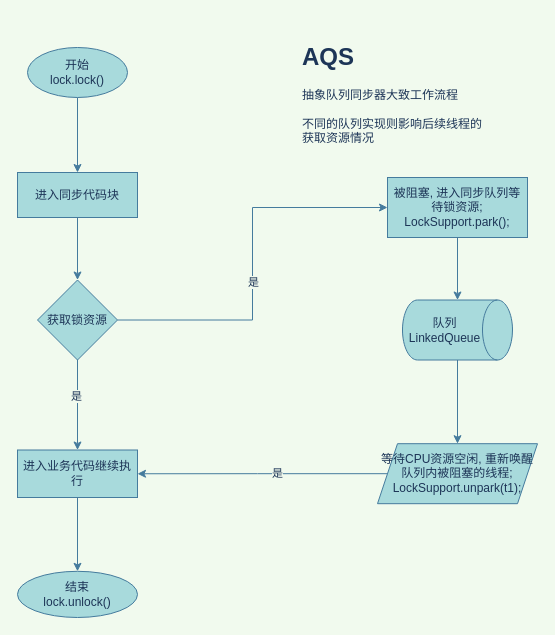
Earlier version of the draw.io diagram space1/AQS抽象队列同步器.drawio (naccoit/drawio). Source tidied: cells renumbered, new cells numbered last; positions are measured from the earlier drawing's top-left corner, leaving out a move shared by most shapes. Both pictures are drawn from the tidied source at 100%, with x=0, y=0 at pixel (17, 37).
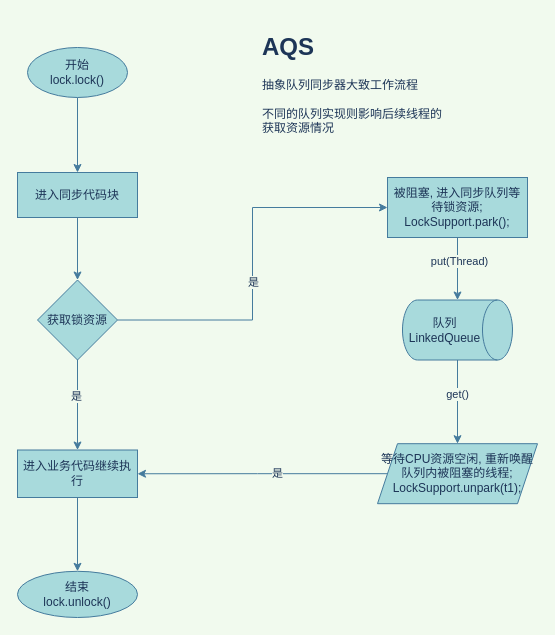
The same diagram, later.

Commit message:
更新AQS抽象队列同步器.drawio

The change refers to these unchanged cells:
```xml
<mxCell id="13" style="edgeStyle=orthogonalEdgeStyle;rounded=0;jettySize=auto;html=1;strokeColor=#457B9D;fontColor=#1D3557;startArrow=none;labelBackgroundColor=#F1FAEE;" parent="1" edge="1" source="21" target="19">
  <mxGeometry relative="1" as="geometry" />
</mxCell>
<mxCell id="14" style="edgeStyle=orthogonalEdgeStyle;rounded=0;sketch=0;jettySize=auto;html=1;exitX=0.5;exitY=1;exitDx=0;exitDy=0;fontColor=#1D3557;strokeColor=#457B9D;fillColor=#A8DADC;labelBackgroundColor=#F1FAEE;" parent="1" edge="1" source="15" target="21">
  <mxGeometry relative="1" as="geometry" />
</mxCell>
```

Change to the diagram source:
```diff
@@
+    <mxCell id="22" value="get()" style="edgeLabel;html=1;align=center;verticalAlign=middle;fontColor=#1D3557;labelBackgroundColor=#F1FAEE;" parent="13" vertex="1">
+      <mxGeometry x="-0.18" y="-1" relative="1" as="geometry" />
+    </mxCell>
@@
+    <mxCell id="23" value="put(Thread)" style="edgeLabel;html=1;align=center;verticalAlign=middle;fontColor=#1D3557;labelBackgroundColor=#F1FAEE;" parent="14" vertex="1">
+      <mxGeometry x="-0.26" y="1" relative="1" as="geometry" />
+    </mxCell>
@@
     <mxCell id="20" value="&lt;h1&gt;AQS&lt;/h1&gt;&lt;div&gt;抽象队列同步器大致工作流程&lt;/div&gt;&lt;div&gt;&lt;br&gt;&lt;/div&gt;&lt;div&gt;不同的队列实现则影响后续线程的获取资源情况&lt;/div&gt;" style="text;html=1;strokeColor=none;fillColor=none;spacing=5;spacingTop=-20;whiteSpace=wrap;overflow=hidden;rounded=0;sketch=0;fontColor=#1D3557;" parent="1" vertex="1">
-      <mxGeometry x="280" width="190" height="120" as="geometry" />
+      <mxGeometry x="240" y="-10" width="190" height="120" as="geometry" />
     </mxCell>
```
